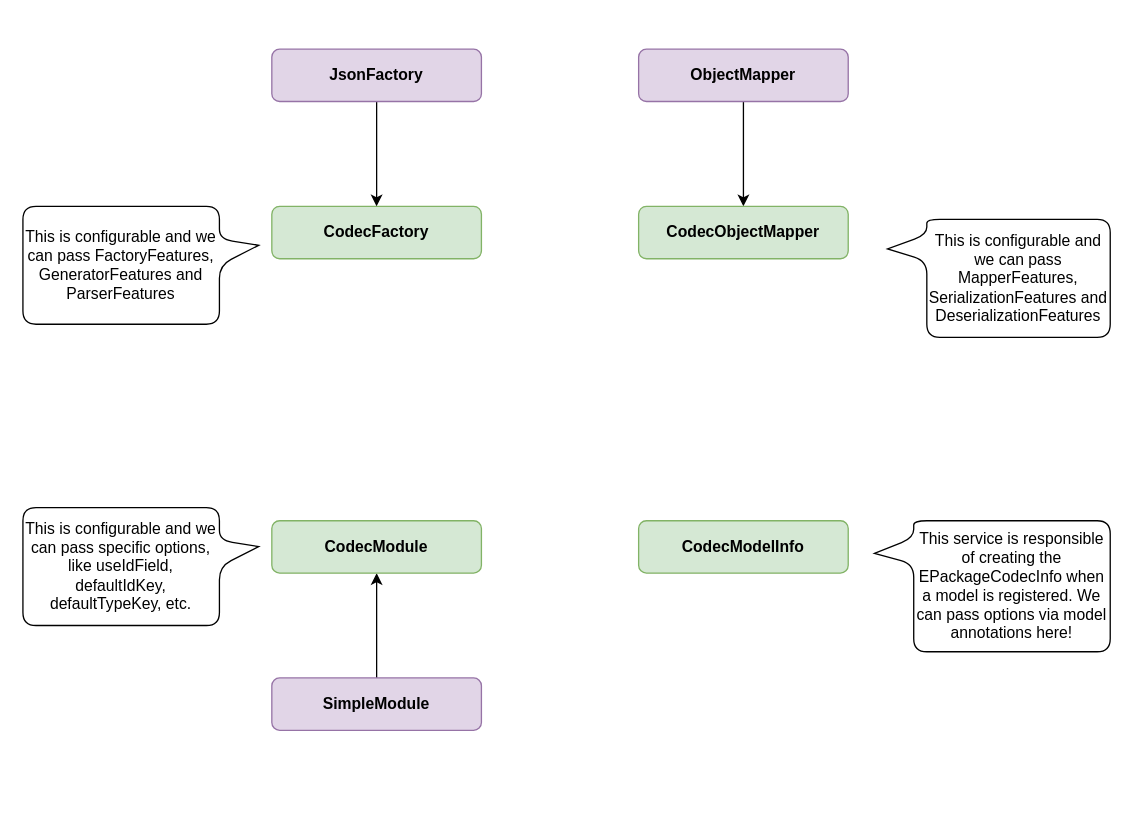
The draw.io diagram docs/codec-base-diagram.drawio in geckoprojects-org/org.gecko.codec, before the edit. Source tidied: cells renumbered, new cells numbered last; positions are measured from the earlier drawing's top-left corner, leaving out a move shared by most shapes. Both pictures are drawn from the tidied source at 131%, with x=0, y=0 at pixel (22, 48).
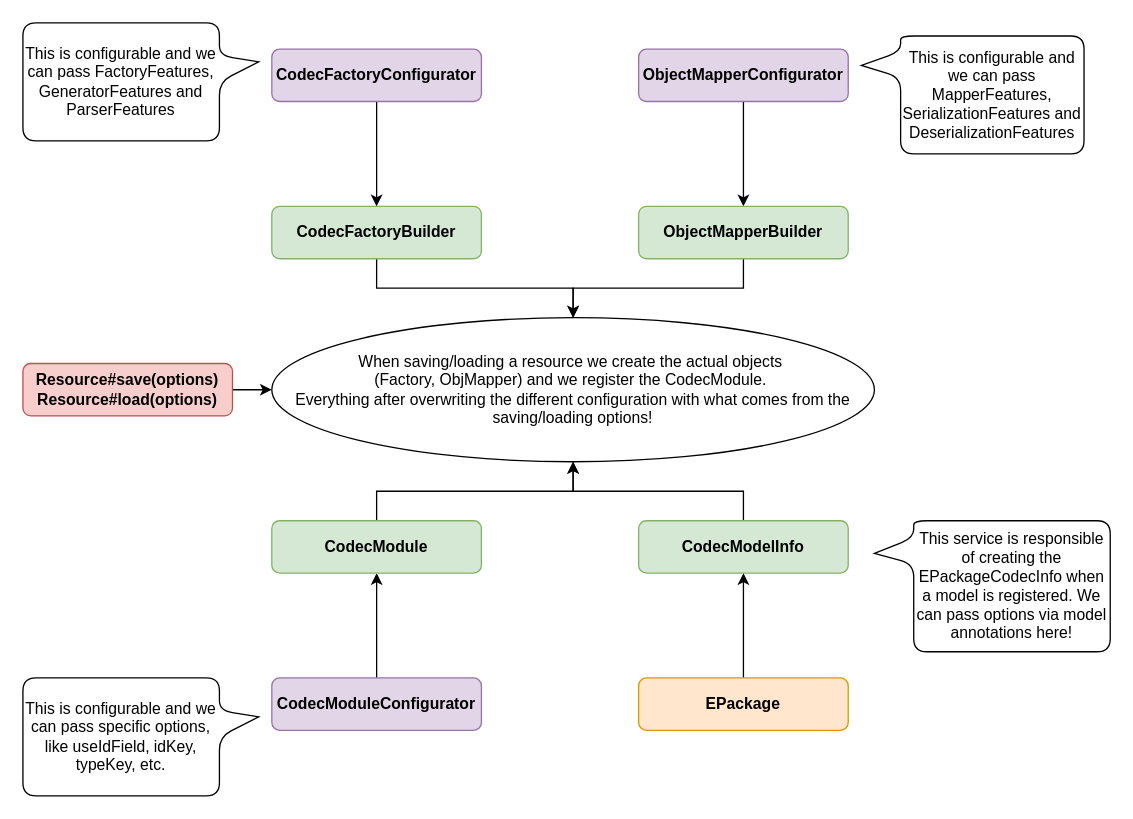
The same page after the edit.

Unchanged cells that the change refers to:
```xml
<mxCell id="12" value="&lt;b&gt;CodecModule&lt;/b&gt;" style="rounded=1;whiteSpace=wrap;html=1;fillColor=#d5e8d4;strokeColor=#82b366;" parent="1" vertex="1">
  <mxGeometry x="190" y="360" width="160" height="40" as="geometry" />
</mxCell>
<mxCell id="13" value="&lt;b&gt;CodecModelInfo&lt;/b&gt;" style="rounded=1;whiteSpace=wrap;html=1;fillColor=#d5e8d4;strokeColor=#82b366;" parent="1" vertex="1">
  <mxGeometry x="470" y="360" width="160" height="40" as="geometry" />
</mxCell>
```

Diff of the diagram source:
```diff
@@
+    <mxCell id="16" style="edgeStyle=orthogonalEdgeStyle;rounded=0;jettySize=auto;html=1;" parent="1" edge="1" source="2" target="24">
+      <mxGeometry relative="1" as="geometry" />
+    </mxCell>
-    <mxCell id="2" value="&lt;b&gt;CodecFactory&lt;/b&gt;" style="rounded=1;whiteSpace=wrap;html=1;fillColor=#d5e8d4;strokeColor=#82b366;" parent="1" vertex="1">
+    <mxCell id="2" value="&lt;b&gt;CodecFactoryBuilder&lt;/b&gt;" style="rounded=1;whiteSpace=wrap;html=1;fillColor=#d5e8d4;strokeColor=#82b366;" parent="1" vertex="1">
       <mxGeometry x="190" y="120" width="160" height="40" as="geometry" />
     </mxCell>
@@
-    <mxCell id="4" value="&lt;b&gt;ObjectMapper&lt;/b&gt;" style="rounded=1;whiteSpace=wrap;html=1;fillColor=#e1d5e7;strokeColor=#9673a6;" parent="1" vertex="1">
+    <mxCell id="4" value="&lt;b&gt;ObjectMapperConfigurator&lt;/b&gt;" style="rounded=1;whiteSpace=wrap;html=1;fillColor=#e1d5e7;strokeColor=#9673a6;" parent="1" vertex="1">
       <mxGeometry x="470" width="160" height="40" as="geometry" />
     </mxCell>
@@
-    <mxCell id="6" value="&lt;b&gt;JsonFactory&lt;/b&gt;" style="rounded=1;whiteSpace=wrap;html=1;fillColor=#e1d5e7;strokeColor=#9673a6;" parent="1" vertex="1">
+    <mxCell id="6" value="&lt;b&gt;CodecFactoryConfigurator&lt;/b&gt;" style="rounded=1;whiteSpace=wrap;html=1;fillColor=#e1d5e7;strokeColor=#9673a6;" parent="1" vertex="1">
       <mxGeometry x="190" width="160" height="40" as="geometry" />
     </mxCell>
+    <mxCell id="17" style="edgeStyle=orthogonalEdgeStyle;rounded=0;jettySize=auto;html=1;" parent="1" edge="1" source="7" target="24">
+      <mxGeometry relative="1" as="geometry" />
+    </mxCell>
-    <mxCell id="7" value="&lt;b&gt;CodecObjectMapper&lt;/b&gt;" style="rounded=1;whiteSpace=wrap;html=1;fillColor=#d5e8d4;strokeColor=#82b366;" parent="1" vertex="1">
+    <mxCell id="7" value="&lt;b&gt;ObjectMapperBuilder&lt;/b&gt;" style="rounded=1;whiteSpace=wrap;html=1;fillColor=#d5e8d4;strokeColor=#82b366;" parent="1" vertex="1">
       <mxGeometry x="470" y="120" width="160" height="40" as="geometry" />
     </mxCell>
     <mxCell id="8" value="This is configurable and we can pass FactoryFeatures, GeneratorFeatures and ParserFeatures" style="shape=callout;whiteSpace=wrap;html=1;perimeter=calloutPerimeter;direction=north;position2=0.67;align=center;rounded=1;" parent="1" vertex="1">
-      <mxGeometry y="120" width="180" height="90" as="geometry" />
+      <mxGeometry y="-20" width="180" height="90" as="geometry" />
     </mxCell>
@@
-    <mxCell id="11" value="&lt;b&gt;SimpleModule&lt;/b&gt;" style="rounded=1;whiteSpace=wrap;html=1;fillColor=#e1d5e7;strokeColor=#9673a6;" parent="1" vertex="1">
+    <mxCell id="11" value="&lt;b&gt;CodecModuleConfigurator&lt;/b&gt;" style="rounded=1;whiteSpace=wrap;html=1;fillColor=#e1d5e7;strokeColor=#9673a6;" parent="1" vertex="1">
       <mxGeometry x="190" y="480" width="160" height="40" as="geometry" />
     </mxCell>
+    <mxCell id="18" style="edgeStyle=orthogonalEdgeStyle;rounded=0;jettySize=auto;html=1;" parent="1" edge="1" source="12" target="24">
+      <mxGeometry relative="1" as="geometry" />
+    </mxCell>
@@
+    <mxCell id="19" style="edgeStyle=orthogonalEdgeStyle;rounded=0;jettySize=auto;html=1;" parent="1" edge="1" source="13" target="24">
+      <mxGeometry relative="1" as="geometry" />
+    </mxCell>
@@
-    <mxCell id="14" value="This is configurable and we can pass specific options, like useIdField, defaultIdKey, defaultTypeKey, etc." style="shape=callout;whiteSpace=wrap;html=1;perimeter=calloutPerimeter;direction=north;position2=0.67;align=center;rounded=1;" parent="1" vertex="1">
-      <mxGeometry y="350" width="180" height="90" as="geometry" />
+    <mxCell id="14" value="This is configurable and we can pass specific options, like useIdField, idKey, typeKey, etc." style="shape=callout;whiteSpace=wrap;html=1;perimeter=calloutPerimeter;direction=north;position2=0.67;align=center;rounded=1;" parent="1" vertex="1">
+      <mxGeometry y="480" width="180" height="90" as="geometry" />
     </mxCell>
     <mxCell id="15" value="This is configurable and we can pass MapperFeatures, SerializationFeatures and DeserializationFeatures" style="shape=callout;whiteSpace=wrap;html=1;perimeter=calloutPerimeter;direction=south;position2=0.25;align=center;size=30;position=0.13;base=20;rounded=1;" parent="1" vertex="1">
-      <mxGeometry x="660" y="130" width="170" height="90" as="geometry" />
+      <mxGeometry x="640" y="-10" width="170" height="90" as="geometry" />
     </mxCell>
+    <mxCell id="20" style="edgeStyle=orthogonalEdgeStyle;rounded=0;jettySize=auto;html=1;" parent="1" edge="1" source="21" target="13">
+      <mxGeometry relative="1" as="geometry" />
+    </mxCell>
+    <mxCell id="21" value="&lt;b&gt;EPackage&lt;/b&gt;" style="rounded=1;whiteSpace=wrap;html=1;fillColor=#ffe6cc;strokeColor=#d79b00;" parent="1" vertex="1">
+      <mxGeometry x="470" y="480" width="160" height="40" as="geometry" />
+    </mxCell>
+    <mxCell id="22" style="edgeStyle=orthogonalEdgeStyle;rounded=0;jettySize=auto;html=1;" parent="1" edge="1" source="23" target="24">
+      <mxGeometry relative="1" as="geometry" />
+    </mxCell>
+    <mxCell id="23" value="&lt;b&gt;Resource#save(options)&lt;/b&gt;&lt;div&gt;&lt;b&gt;Resource#load(options)&lt;/b&gt;&lt;/div&gt;" style="rounded=1;whiteSpace=wrap;html=1;fillColor=#f8cecc;strokeColor=#b85450;" parent="1" vertex="1">
+      <mxGeometry y="240" width="160" height="40" as="geometry" />
+    </mxCell>
+    <mxCell id="24" value="When saving/loading a resource we create the actual objects&amp;nbsp;&lt;div&gt;(Factory, ObjMapper) and we register the CodecModule.&amp;nbsp;&lt;/div&gt;&lt;div&gt;Everything after overwriting the different configuration with what comes from the saving/loading options!&lt;/div&gt;" style="ellipse;whiteSpace=wrap;html=1;" parent="1" vertex="1">
+      <mxGeometry x="190" y="205" width="460" height="110" as="geometry" />
+    </mxCell>
```
